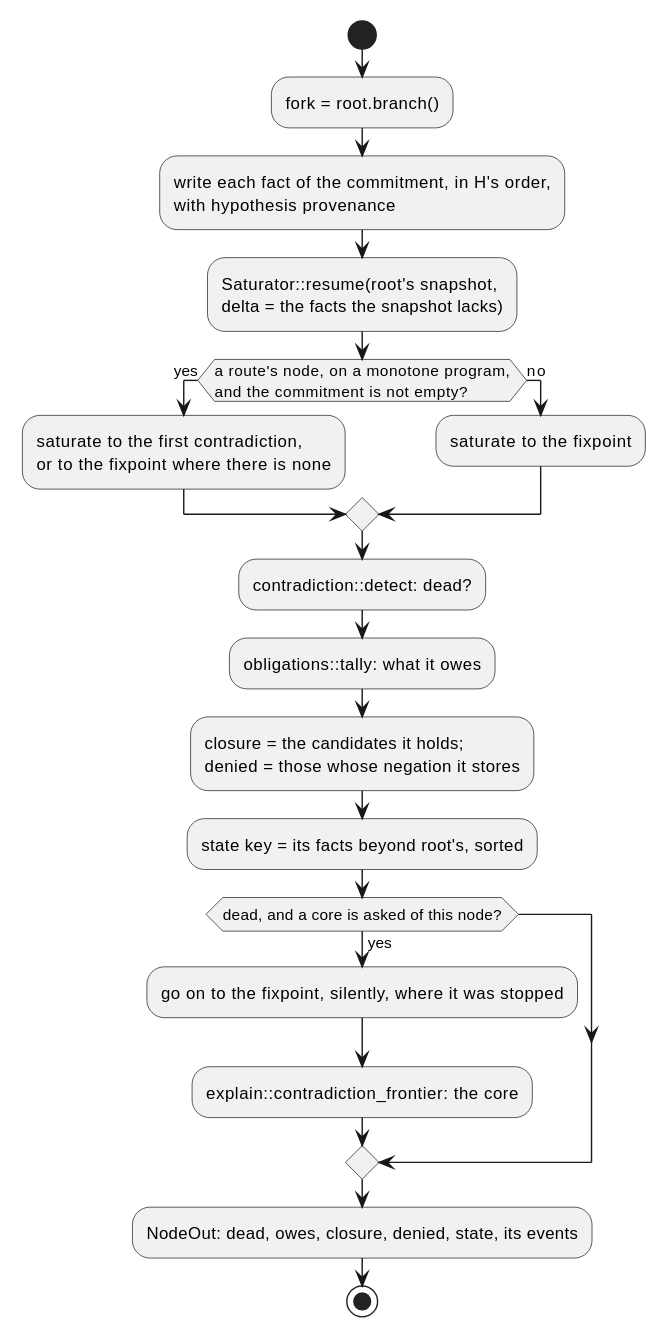
The PlantUML diagram docs/ein/ein.rs/diagrams/02-node-function.svg in agutikov/ein, before a commit. Its source is kept beside it as docs/ein/ein.rs/diagrams/02-node-function.puml. The source it was exported from:
```plantuml
@startuml
start
:fork = root.branch();
:write each fact of the commitment, in H's order,\nwith hypothesis provenance;
:Saturator::resume(root's snapshot,\ndelta = the facts the snapshot lacks);
if (a route's node, on a monotone program,\nand the commitment is not empty?) then (yes)
  :saturate to the first contradiction,\nor to the fixpoint where there is none;
else (no)
  :saturate to the fixpoint;
endif
:contradiction::detect: dead?;
:obligations::tally: what it owes;
:closure = the candidates it holds;\ndenied = those whose negation it stores;
:state key = its facts beyond root's, sorted;
if (dead, and a core is asked of this node?) then (yes)
  :go on to the fixpoint, silently, where it was stopped;
  :explain::contradiction_frontier: the core;
endif
:NodeOut: dead, owes, closure, denied, state, its events;
stop
@enduml
```
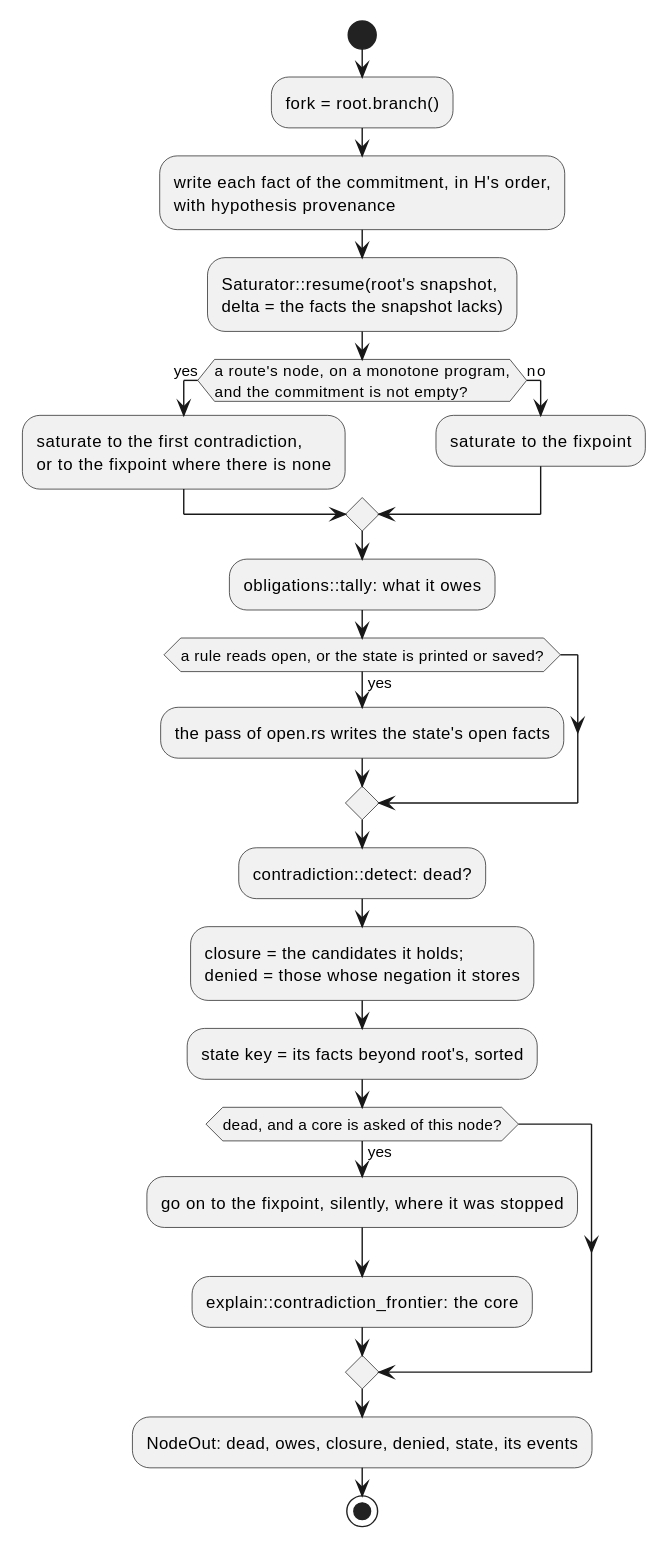
After the commit.

Change to the diagram source:
```diff
@@ -8,8 +8,11 @@
 else (no)
   :saturate to the fixpoint;
 endif
+:obligations::tally: what it owes;
+if (a rule reads open, or the state is printed or saved?) then (yes)
+  :the pass of open.rs writes the state's open facts;
+endif
 :contradiction::detect: dead?;
-:obligations::tally: what it owes;
 :closure = the candidates it holds;\ndenied = those whose negation it stores;
 :state key = its facts beyond root's, sorted;
 if (dead, and a core is asked of this node?) then (yes)
```
